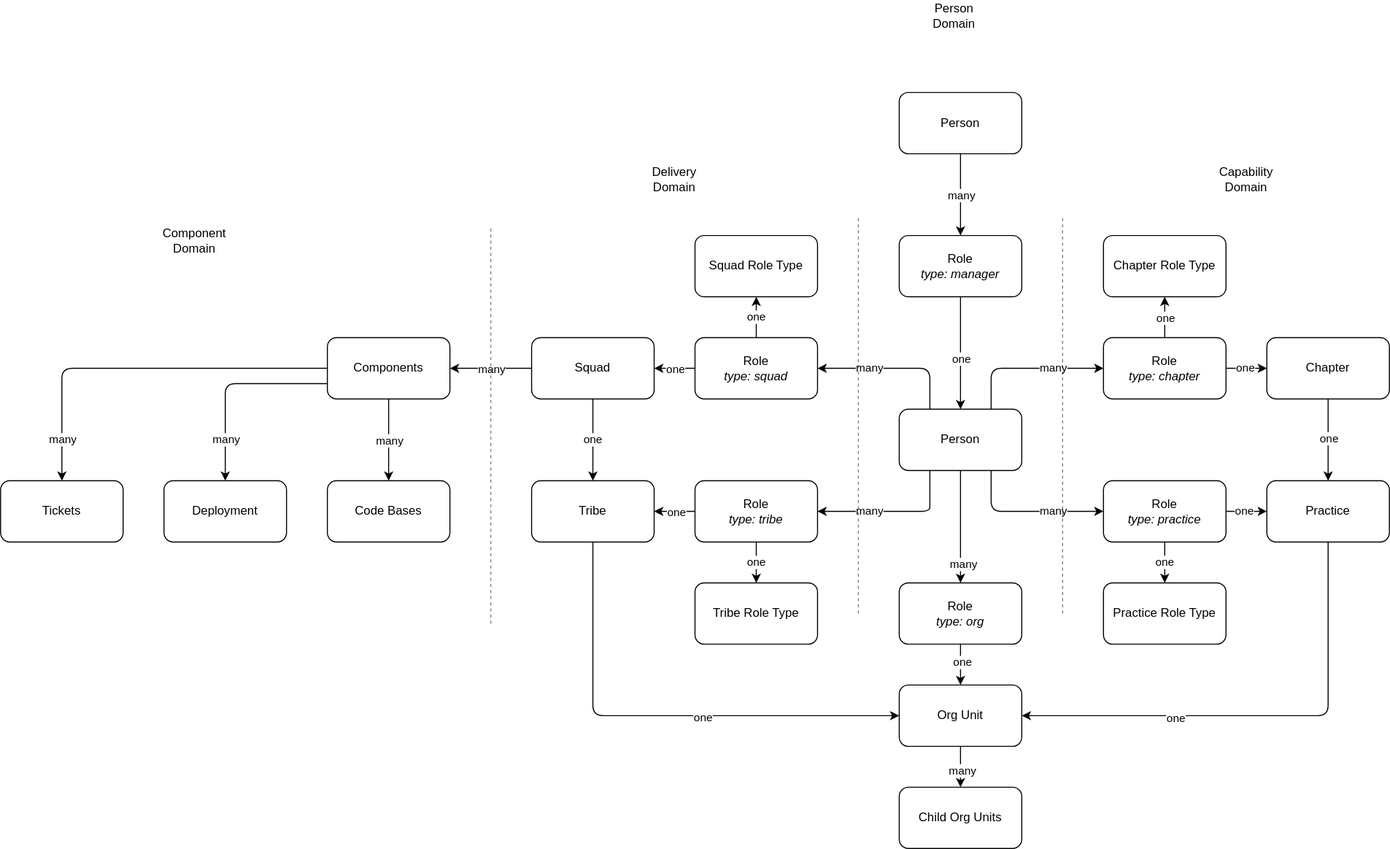
jdotw/swamp keeps this draw.io diagram as docs/data-v1.drawio.svg. Above is the earlier version. Source tidied: cells renumbered, new cells last; positions are measured from the earlier drawing's top-left corner, leaving out a move shared by most shapes.
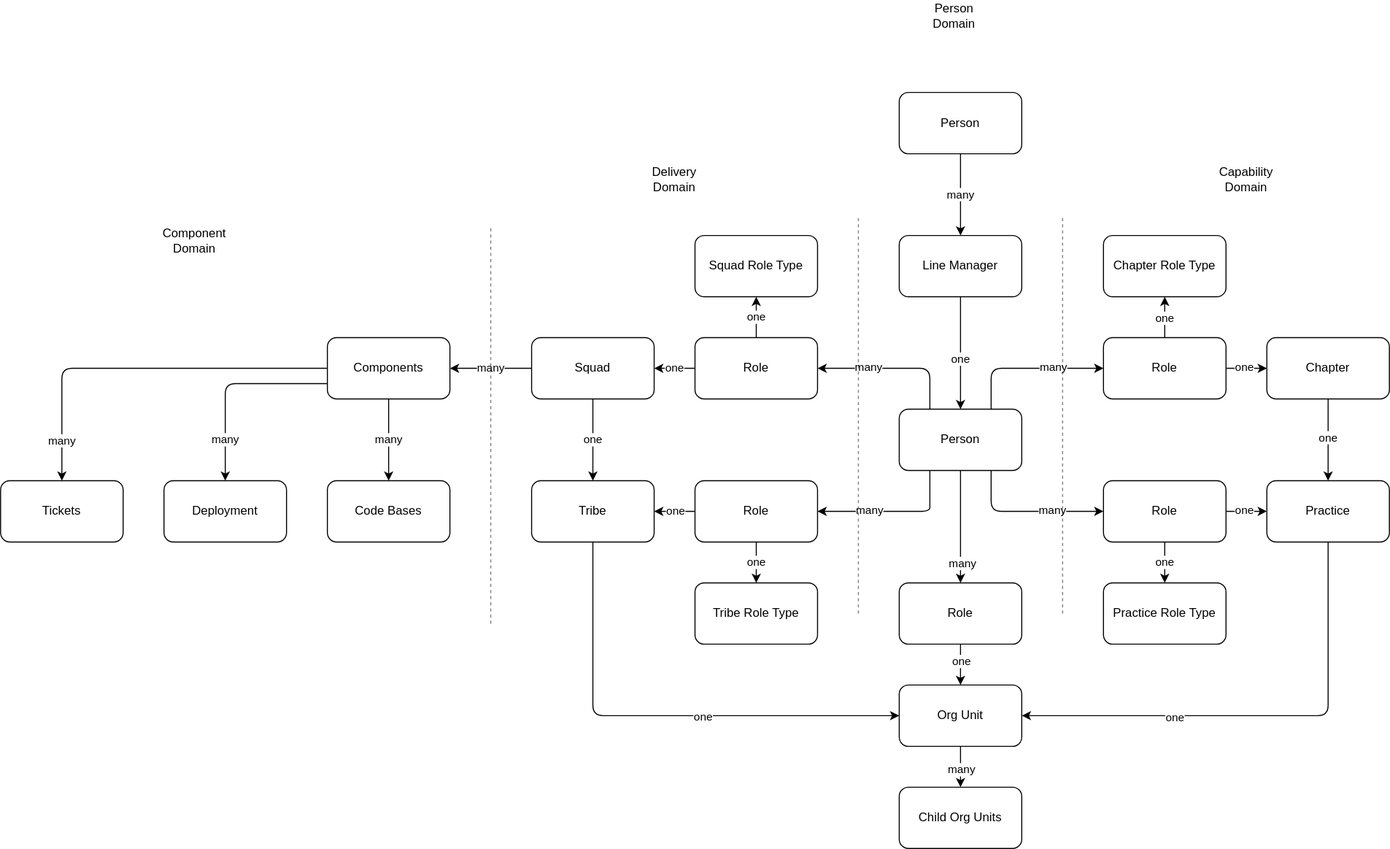
After the commit.

Commit message:
Tidied up models

The edit, as a diff of the source:
```diff
@@ -100,7 +100,7 @@
     <mxCell id="24" value="one" style="edgeStyle=none;html=1;exitX=0.5;exitY=0;exitDx=0;exitDy=0;entryX=0.5;entryY=1;entryDx=0;entryDy=0;" parent="1" edge="1" source="25" target="43">
       <mxGeometry relative="1" as="geometry" />
     </mxCell>
-    <mxCell id="25" value="Role&lt;br&gt;&lt;i&gt;type: squad&lt;/i&gt;" style="rounded=1;whiteSpace=wrap;html=1;" parent="1" vertex="1">
+    <mxCell id="25" value="Role" style="rounded=1;whiteSpace=wrap;html=1;" parent="1" vertex="1">
       <mxGeometry x="680" y="330" width="120" height="60" as="geometry" />
     </mxCell>
     <mxCell id="26" style="edgeStyle=none;html=1;exitX=0.5;exitY=0;exitDx=0;exitDy=0;entryX=0.5;entryY=1;entryDx=0;entryDy=0;" parent="1" edge="1" source="28" target="44">
@@ -111,7 +111,7 @@
         <mxPoint y="5" as="offset" />
       </mxGeometry>
     </mxCell>
-    <mxCell id="28" value="Role&lt;br&gt;&lt;i&gt;type: chapter&lt;/i&gt;" style="rounded=1;whiteSpace=wrap;html=1;" parent="1" vertex="1">
+    <mxCell id="28" value="Role" style="rounded=1;whiteSpace=wrap;html=1;" parent="1" vertex="1">
       <mxGeometry x="1080" y="330" width="120" height="60" as="geometry" />
     </mxCell>
     <mxCell id="29" style="endArrow=classic;html=1;exitX=0.5;exitY=1;exitDx=0;exitDy=0;entryX=0.5;entryY=0;entryDx=0;entryDy=0;" parent="1" edge="1" source="74" target="8">
@@ -197,7 +197,7 @@
     <mxCell id="49" value="one" style="edgeLabel;html=1;align=center;verticalAlign=middle;" parent="48" vertex="1">
       <mxGeometry x="-0.06" relative="1" as="geometry" />
     </mxCell>
-    <mxCell id="50" value="Role&lt;br&gt;&lt;i&gt;type: tribe&lt;/i&gt;" style="rounded=1;whiteSpace=wrap;html=1;" parent="1" vertex="1">
+    <mxCell id="50" value="Role" style="rounded=1;whiteSpace=wrap;html=1;" parent="1" vertex="1">
       <mxGeometry x="680" y="470" width="120" height="60" as="geometry" />
     </mxCell>
     <mxCell id="51" style="edgeStyle=none;html=1;exitX=1;exitY=0.5;exitDx=0;exitDy=0;entryX=0;entryY=0.5;entryDx=0;entryDy=0;" parent="1" edge="1" source="53" target="16">
@@ -208,7 +208,7 @@
         <mxPoint x="1" y="-1" as="offset" />
       </mxGeometry>
     </mxCell>
-    <mxCell id="53" value="Role&lt;br&gt;&lt;i&gt;type: practice&lt;/i&gt;" style="rounded=1;whiteSpace=wrap;html=1;" parent="1" vertex="1">
+    <mxCell id="53" value="Role" style="rounded=1;whiteSpace=wrap;html=1;" parent="1" vertex="1">
       <mxGeometry x="1080" y="470" width="120" height="60" as="geometry" />
     </mxCell>
     <mxCell id="54" value="Deployment" style="rounded=1;whiteSpace=wrap;html=1;" parent="1" vertex="1">
@@ -259,7 +259,7 @@
     <mxCell id="66" value="one" style="edgeLabel;html=1;align=center;verticalAlign=middle;" parent="65" vertex="1">
       <mxGeometry x="-0.17" y="1" relative="1" as="geometry" />
     </mxCell>
-    <mxCell id="67" value="Role&lt;br&gt;&lt;i&gt;type: org&lt;/i&gt;" style="rounded=1;whiteSpace=wrap;html=1;" parent="1" vertex="1">
+    <mxCell id="67" value="Role" style="rounded=1;whiteSpace=wrap;html=1;" parent="1" vertex="1">
       <mxGeometry x="880" y="570" width="120" height="60" as="geometry" />
     </mxCell>
     <mxCell id="68" style="edgeStyle=none;html=1;exitX=0.5;exitY=1;exitDx=0;exitDy=0;entryX=0.5;entryY=0;entryDx=0;entryDy=0;" parent="1" edge="1" source="70" target="71">
@@ -282,7 +282,7 @@
         <mxPoint x="-1" y="18" as="offset" />
       </mxGeometry>
     </mxCell>
-    <mxCell id="74" value="Role&lt;br&gt;&lt;i&gt;type: manager&lt;/i&gt;" style="rounded=1;whiteSpace=wrap;html=1;" parent="1" vertex="1">
+    <mxCell id="74" value="Line Manager" style="rounded=1;whiteSpace=wrap;html=1;" parent="1" vertex="1">
       <mxGeometry x="880" y="230" width="120" height="60" as="geometry" />
     </mxCell>
     <mxCell id="75" value="one" style="edgeStyle=none;html=1;entryX=0.5;entryY=0;entryDx=0;entryDy=0;exitX=0.5;exitY=1;exitDx=0;exitDy=0;" parent="1" edge="1" source="53" target="76">
```
